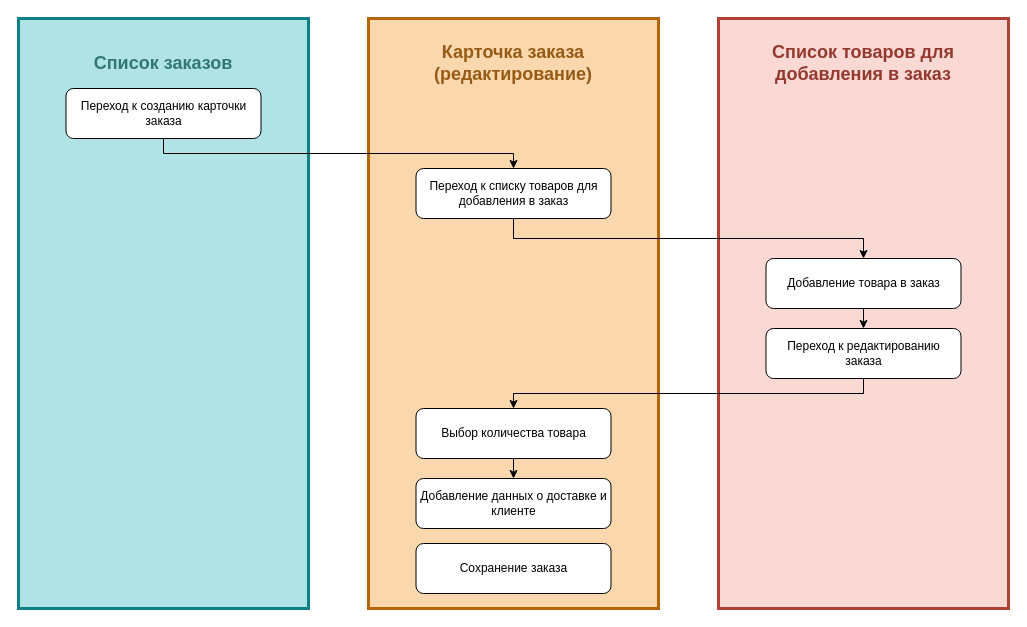
Nguyen1337/UML keeps this draw.io diagram as Пользовательский сценарий.drawio. Above is the earlier version. Source tidied: cells renumbered, new cells numbered last; positions are measured from the earlier drawing's top-left corner, leaving out a move shared by most shapes. Both pictures are drawn from the tidied source at 100%, with x=0, y=0 at pixel (18, 18).
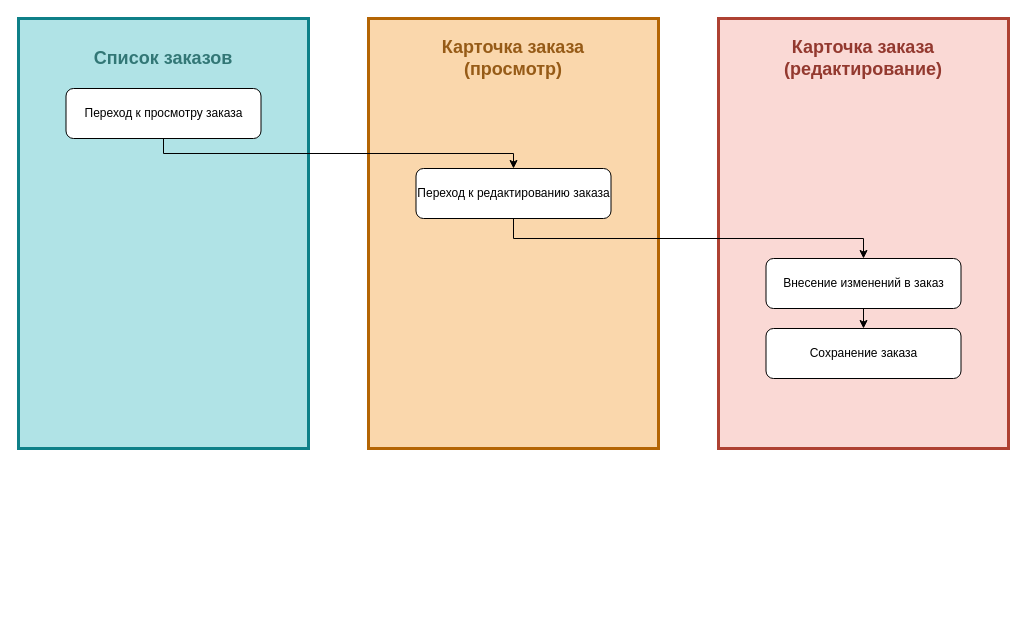
The same diagram, later.

Commit message:
Обновление Пользовательский сценарий2 .drawio

What changed in the source:
```diff
@@
 <mxGraphModel>
   <root>
     <mxCell id="0" />
     <mxCell id="1" parent="0" />
-    <mxCell id="2" value="&lt;h2 style=&quot;padding-bottom: 500px;&quot;&gt;&lt;font style=&quot;color: light-dark(rgb(50, 119, 118), rgb(237, 237, 237));&quot;&gt;Список заказов&lt;/font&gt;&lt;/h2&gt;" style="rounded=0;whiteSpace=wrap;html=1;fillColor=#b0e3e6;strokeColor=#0e8088;fontColor=#9FCDD0;labelBorderColor=none;strokeWidth=3;" parent="1" vertex="1">
-      <mxGeometry width="290" height="590" as="geometry" />
+    <mxCell id="2" value="&lt;h2 style=&quot;padding-bottom: 350px; padding-left: 0px;&quot;&gt;&lt;font style=&quot;color: light-dark(rgb(50, 119, 118), rgb(237, 237, 237));&quot;&gt;Список заказов&lt;/font&gt;&lt;/h2&gt;" style="rounded=0;whiteSpace=wrap;html=1;fillColor=#b0e3e6;strokeColor=#0e8088;fontColor=#9FCDD0;labelBorderColor=none;strokeWidth=3;" parent="1" vertex="1">
+      <mxGeometry width="290" height="430" as="geometry" />
     </mxCell>
-    <mxCell id="3" value="&lt;h2 style=&quot;padding-bottom: 500px;&quot;&gt;&lt;font style=&quot;color: light-dark(rgb(150, 91, 23), rgb(237, 237, 237));&quot;&gt;Карточка заказа&lt;br&gt;(редактирование)&lt;/font&gt;&lt;/h2&gt;" style="rounded=0;whiteSpace=wrap;html=1;fillColor=#fad7ac;strokeColor=#b46504;labelBorderColor=none;strokeWidth=3;" parent="1" vertex="1">
-      <mxGeometry x="350" width="290" height="590" as="geometry" />
+    <mxCell id="3" value="&lt;h2 style=&quot;padding-bottom: 350px;&quot;&gt;&lt;font style=&quot;color: light-dark(rgb(150, 91, 23), rgb(237, 237, 237));&quot;&gt;Карточка заказа&lt;br&gt;(просмотр)&lt;/font&gt;&lt;/h2&gt;" style="rounded=0;whiteSpace=wrap;html=1;fillColor=#fad7ac;strokeColor=#b46504;labelBorderColor=none;strokeWidth=3;" parent="1" vertex="1">
+      <mxGeometry x="350" width="290" height="430" as="geometry" />
     </mxCell>
-    <mxCell id="4" value="&lt;h2 style=&quot;padding-bottom: 500px;&quot;&gt;&lt;font style=&quot;color: light-dark(rgb(147, 57, 47), rgb(237, 237, 237));&quot;&gt;Список товаров для добавления в заказ&lt;/font&gt;&lt;/h2&gt;" style="rounded=0;whiteSpace=wrap;html=1;fillColor=#fad9d5;strokeColor=#ae4132;labelBorderColor=none;strokeWidth=3;" parent="1" vertex="1">
-      <mxGeometry x="700" width="290" height="590" as="geometry" />
+    <mxCell id="4" value="&lt;h2 style=&quot;padding-bottom: 350px;&quot;&gt;&lt;font style=&quot;color: light-dark(rgb(147, 57, 47), rgb(237, 237, 237));&quot;&gt;Карточка заказа (редактирование)&lt;/font&gt;&lt;/h2&gt;" style="rounded=0;whiteSpace=wrap;html=1;fillColor=#fad9d5;strokeColor=#ae4132;labelBorderColor=none;strokeWidth=3;" parent="1" vertex="1">
+      <mxGeometry x="700" width="290" height="430" as="geometry" />
     </mxCell>
-    <mxCell id="5" value="Переход к созданию карточки заказа" style="rounded=1;whiteSpace=wrap;html=1;" parent="1" vertex="1">
+    <mxCell id="5" value="Переход к просмотру заказа" style="rounded=1;whiteSpace=wrap;html=1;" parent="1" vertex="1">
       <mxGeometry x="47.5" y="70" width="195" height="50" as="geometry" />
     </mxCell>
-    <mxCell id="6" value="Переход к списку товаров для добавления в заказ" style="rounded=1;whiteSpace=wrap;html=1;" parent="1" vertex="1">
+    <mxCell id="6" value="Переход к редактированию заказа" style="rounded=1;whiteSpace=wrap;html=1;" parent="1" vertex="1">
       <mxGeometry x="397.5" y="150" width="195" height="50" as="geometry" />
     </mxCell>
-    <mxCell id="7" value="Добавление товара в заказ" style="rounded=1;whiteSpace=wrap;html=1;" parent="1" vertex="1">
+    <mxCell id="7" value="Внесение изменений в заказ" style="rounded=1;whiteSpace=wrap;html=1;" parent="1" vertex="1">
       <mxGeometry x="747.5" y="240" width="195" height="50" as="geometry" />
     </mxCell>
     <mxCell id="8" style="endArrow=classic;html=1;rounded=0;exitX=0.5;exitY=1;exitDx=0;exitDy=0;entryX=0.5;entryY=0;entryDx=0;entryDy=0;edgeStyle=orthogonalEdgeStyle;" parent="1" edge="1" source="5" target="6">
       <mxGeometry relative="1" as="geometry" />
     </mxCell>
     <mxCell id="9" style="endArrow=classic;html=1;rounded=0;exitX=0.5;exitY=1;exitDx=0;exitDy=0;entryX=0.5;entryY=0;entryDx=0;entryDy=0;edgeStyle=orthogonalEdgeStyle;" parent="1" edge="1" source="6" target="7">
       <mxGeometry relative="1" as="geometry" />
     </mxCell>
-    <mxCell id="10" value="Переход к редактированию&lt;br&gt;заказа" style="rounded=1;whiteSpace=wrap;html=1;" parent="1" vertex="1">
+    <mxCell id="10" value="Сохранение заказа" style="rounded=1;whiteSpace=wrap;html=1;" parent="1" vertex="1">
       <mxGeometry x="747.5" y="310" width="195" height="50" as="geometry" />
     </mxCell>
     <mxCell id="11" style="endArrow=classic;html=1;rounded=0;entryX=0.5;entryY=0;entryDx=0;entryDy=0;exitX=0.5;exitY=1;exitDx=0;exitDy=0;" parent="1" edge="1" source="7" target="10">
       <mxGeometry relative="1" as="geometry" />
     </mxCell>
-    <mxCell id="12" value="Выбор количества товара" style="rounded=1;whiteSpace=wrap;html=1;" parent="1" vertex="1">
-      <mxGeometry x="397.5" y="390" width="195" height="50" as="geometry" />
-    </mxCell>
-    <mxCell id="13" style="endArrow=classic;html=1;rounded=0;entryX=0.5;entryY=0;entryDx=0;entryDy=0;exitX=0.5;exitY=1;exitDx=0;exitDy=0;edgeStyle=orthogonalEdgeStyle;" parent="1" edge="1" source="10" target="12">
-      <mxGeometry relative="1" as="geometry" />
-    </mxCell>
-    <mxCell id="14" value="Добавление данных о доставке и клиенте" style="rounded=1;whiteSpace=wrap;html=1;" parent="1" vertex="1">
-      <mxGeometry x="397.5" y="460" width="195" height="50" as="geometry" />
-    </mxCell>
-    <mxCell id="15" style="endArrow=classic;html=1;rounded=0;entryX=0.5;entryY=0;entryDx=0;entryDy=0;exitX=0.5;exitY=1;exitDx=0;exitDy=0;" parent="1" edge="1" source="12" target="14">
-      <mxGeometry relative="1" as="geometry" />
-    </mxCell>
-    <mxCell id="16" value="Сохранение заказа" style="rounded=1;whiteSpace=wrap;html=1;" parent="1" vertex="1">
-      <mxGeometry x="397.5" y="525" width="195" height="50" as="geometry" />
-    </mxCell>
   </root>
 </mxGraphModel>
```
